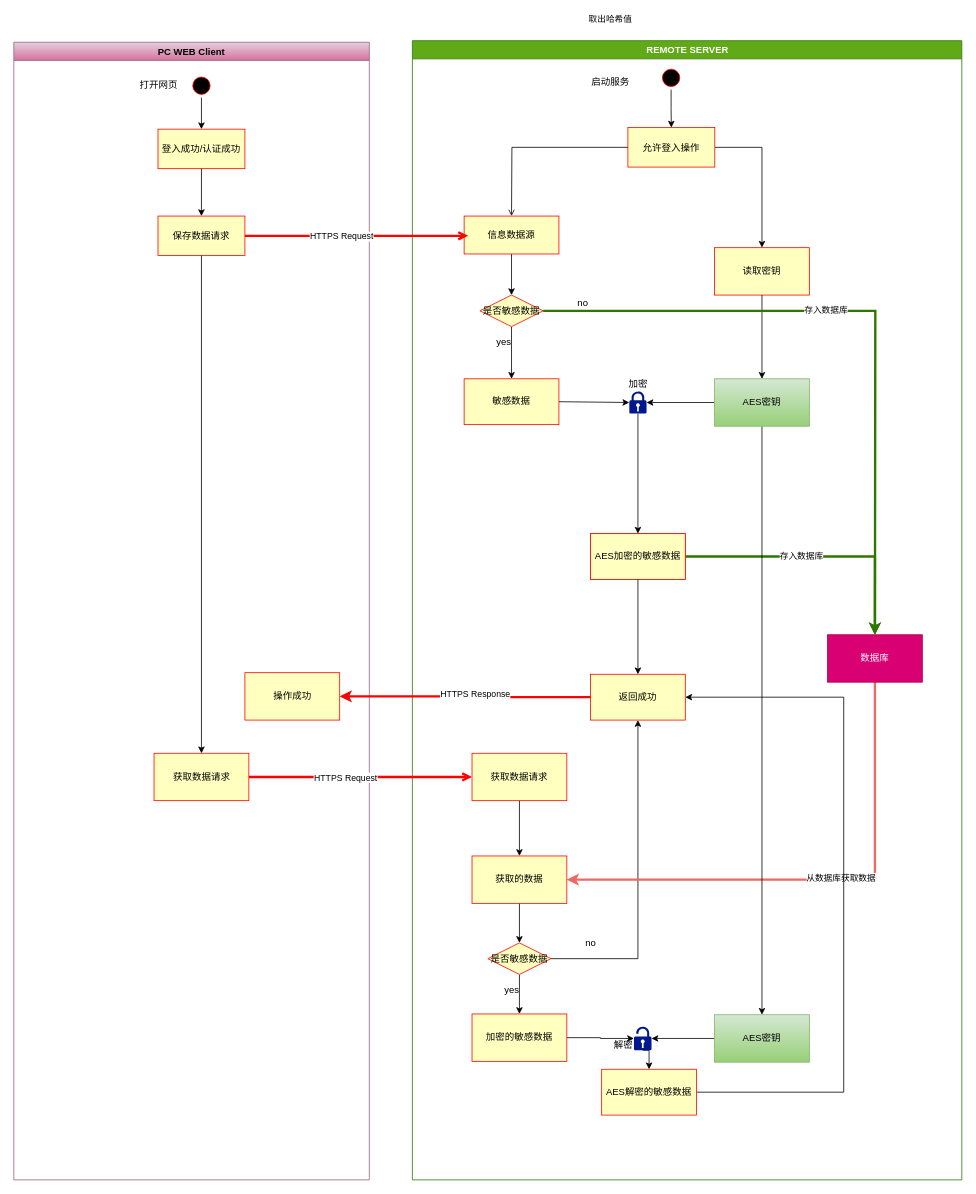
Earlier version of the draw.io diagram RCS APP/gaia数据加解密流程.drawio (uyuy2043/yy). Source tidied: cells renumbered, new cells numbered last; positions are measured from the earlier drawing's top-left corner, leaving out a move shared by most shapes. Both pictures are drawn from the tidied source at 79%, with x=0, y=0 at pixel (13, 40).
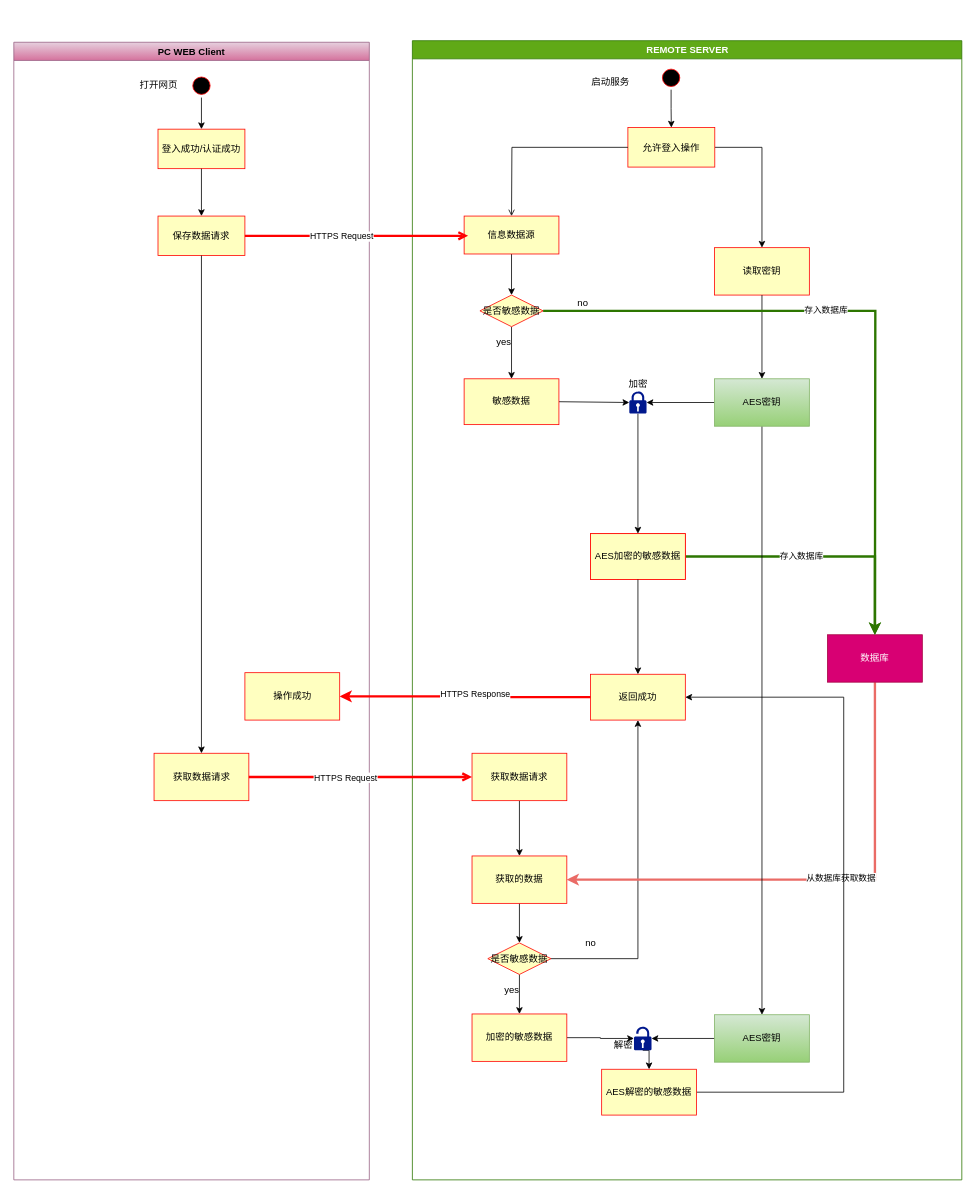
The same diagram, later.

Commit message (it also covers changes not shown here):
Update gaia数据加解密流程.drawio

Unchanged cells that the change refers to:
```xml
<mxCell id="26" style="edgeStyle=orthogonalEdgeStyle;rounded=0;jettySize=auto;html=1;shadow=0;startArrow=none;startFill=0;strokeColor=#EA6B66;strokeWidth=3;fontColor=none;entryX=1;entryY=0.5;entryDx=0;entryDy=0;exitX=0.5;exitY=1;exitDx=0;exitDy=0;" parent="12" edge="1" source="29" target="54">
  <mxGeometry relative="1" as="geometry" />
</mxCell>
```

What changed in the source:
```diff
@@
-    <mxCell id="27" value="取出哈希值" style="edgeLabel;html=1;align=center;verticalAlign=middle;fontColor=none;" parent="26" vertex="1">
-      <mxGeometry x="0.77" y="-2" relative="1" as="geometry">
-        <mxPoint x="-20" y="-1088" as="offset" />
-      </mxGeometry>
-    </mxCell>
```
